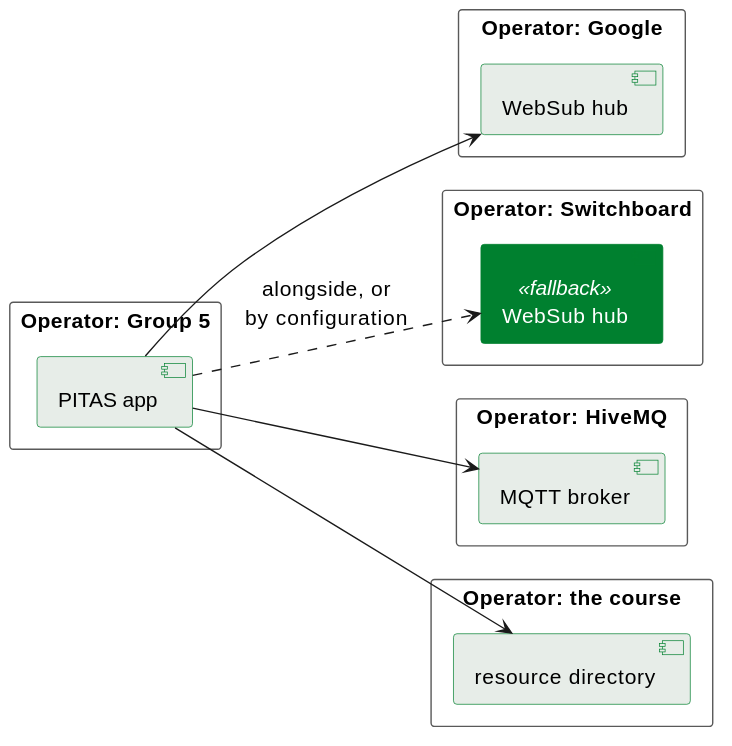
Earlier version of the PlantUML export asse/e08-event-based-interaction/img/rules-fallback.svg (GiugAles/hyperdecks.github.io). The source it was exported from:
```plantuml
@startuml
!include hsg.iuml
left to right direction
show <<fallback>> stereotype
rectangle "Operator: Group 5" {
  component "PITAS app" as app5
}
rectangle "Operator: Google" {
  component "WebSub hub" as hubG
}
rectangle "Operator: Switchboard" {
  component "WebSub hub" as hubS <<fallback>>
}
rectangle "Operator: HiveMQ" {
  component "MQTT broker" as mqttH
}
rectangle "Operator: the course" {
  component "resource directory" as dir
}
app5 --> hubG
app5 ..> hubS : alongside, or\nby configuration
app5 --> mqttH
app5 --> dir
@enduml
```
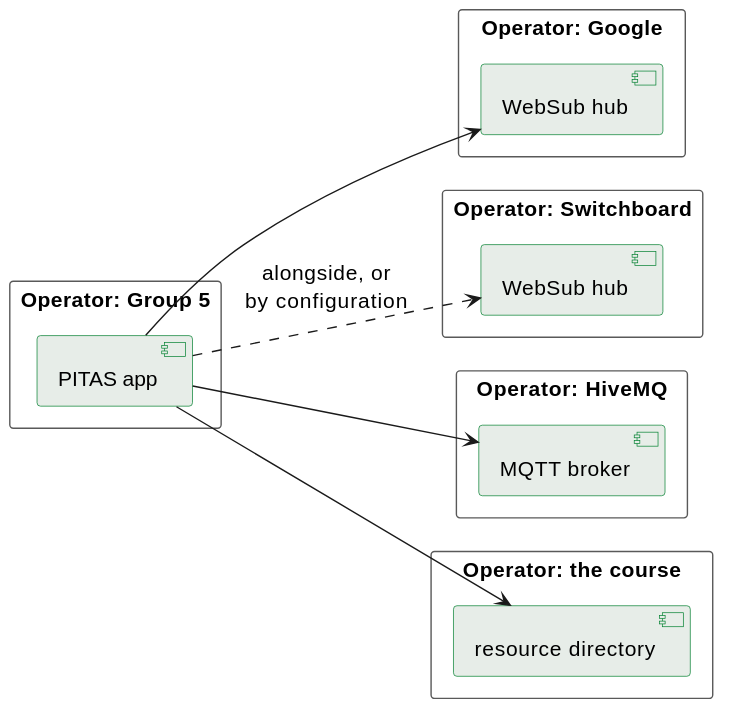
Later version of the same file.

Commit message:
feat(asse): answer slide for the fallback question

The edit, as a diff of the source:
```diff
@@ -1,24 +1,6 @@
 @startuml
 !include hsg.iuml
-left to right direction
-show <<fallback>> stereotype
-rectangle "Operator: Group 5" {
-  component "PITAS app" as app5
-}
-rectangle "Operator: Google" {
-  component "WebSub hub" as hubG
-}
-rectangle "Operator: Switchboard" {
-  component "WebSub hub" as hubS <<fallback>>
-}
-rectangle "Operator: HiveMQ" {
-  component "MQTT broker" as mqttH
-}
-rectangle "Operator: the course" {
-  component "resource directory" as dir
-}
-app5 --> hubG
-app5 ..> hubS : alongside, or\nby configuration
-app5 --> mqttH
-app5 --> dir
+!$USE2 = "..>"
+!$USE2LABEL = ": alongside, or\nby configuration"
+!include provided.iuml
 @enduml
```
